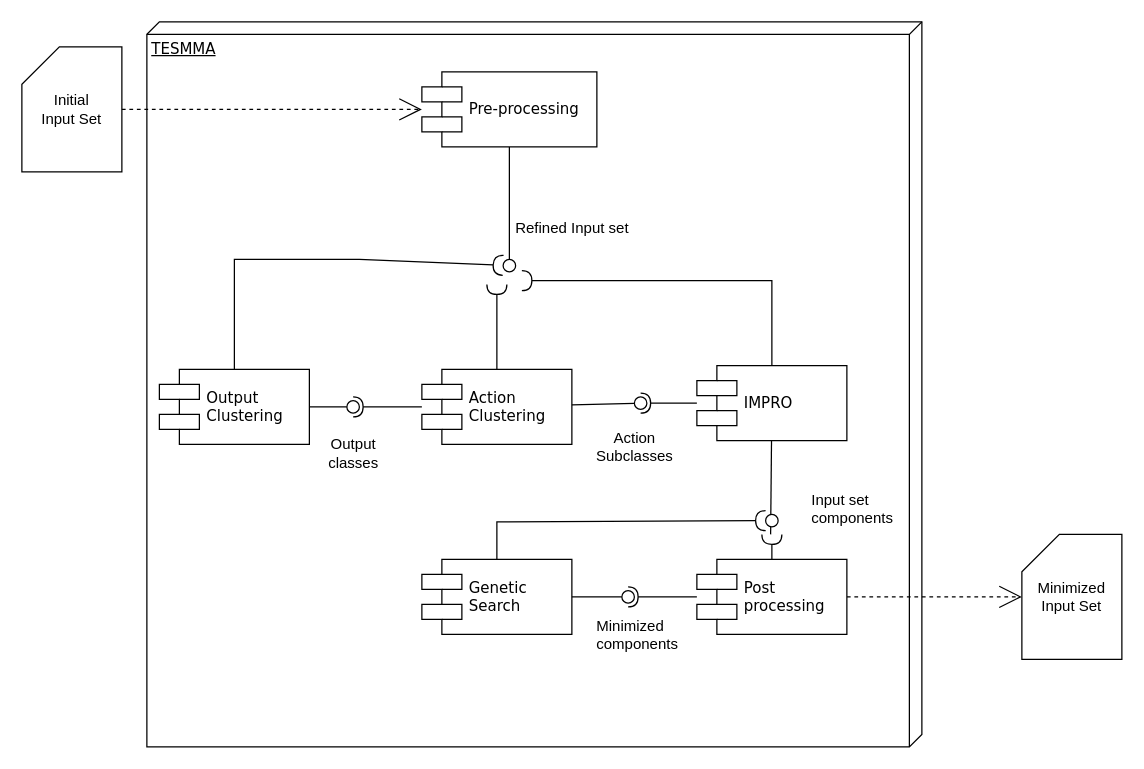
The draw.io diagram test_set_minimization.drawio in MetamorphicSecurityTesting/Diagrams, before the edit. Source tidied: cells renumbered, new cells numbered last; positions are measured from the earlier drawing's top-left corner, leaving out a move shared by most shapes. Both pictures are drawn from the tidied source at 125%, with x=0, y=0 at pixel (21, 21).
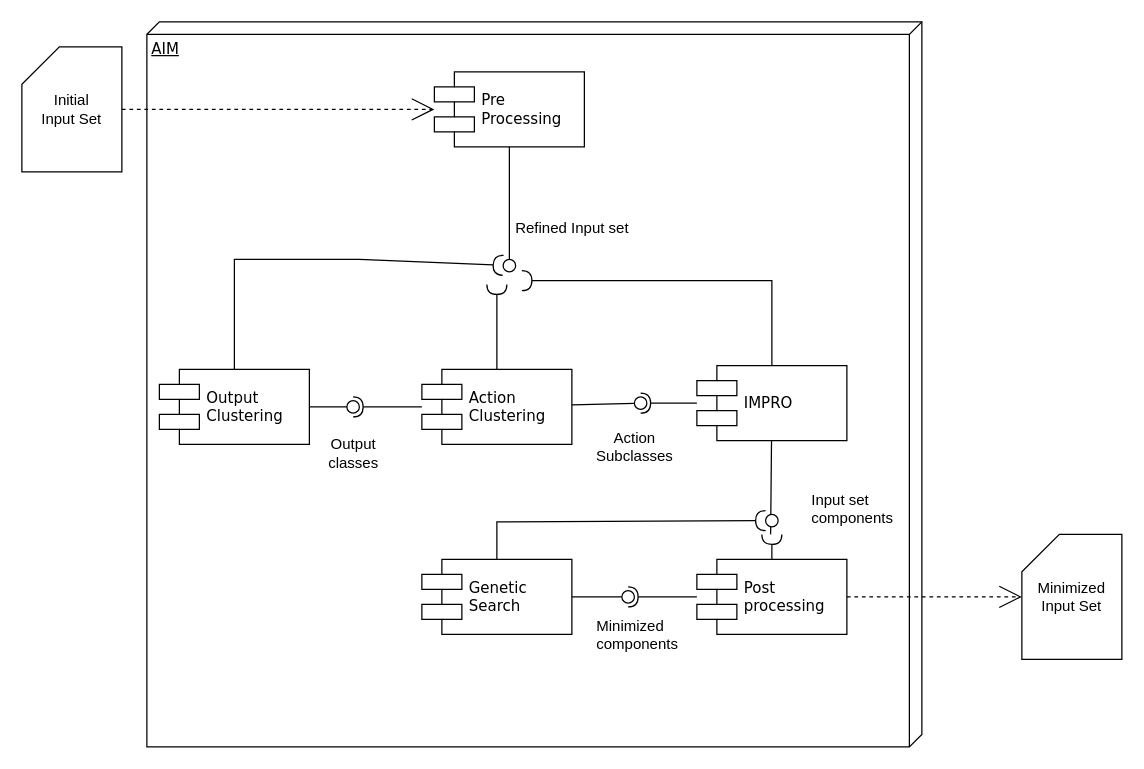
Above is the later version.

Commit message:
Update the name to AIM

Diff of the diagram source:
```diff
@@
-    <mxCell id="2" value="TESMMA" style="verticalAlign=top;align=left;spacingTop=8;spacingLeft=2;spacingRight=12;shape=cube;size=10;direction=south;fontStyle=4;html=1;rounded=0;shadow=0;comic=0;labelBackgroundColor=none;strokeWidth=1;fontFamily=Verdana;fontSize=12;" parent="1" vertex="1">
+    <mxCell id="2" value="AIM" style="verticalAlign=top;align=left;spacingTop=8;spacingLeft=2;spacingRight=12;shape=cube;size=10;direction=south;fontStyle=4;html=1;rounded=0;shadow=0;comic=0;labelBackgroundColor=none;strokeWidth=1;fontFamily=Verdana;fontSize=12;" parent="1" vertex="1">
       <mxGeometry x="100" width="620" height="580" as="geometry" />
     </mxCell>
@@
-    <mxCell id="4" value="&lt;div&gt;Pre-processing&lt;/div&gt;" style="shape=component;align=left;spacingLeft=36;rounded=0;shadow=0;comic=0;labelBackgroundColor=none;strokeWidth=1;fontFamily=Verdana;fontSize=12;html=1;" parent="1" vertex="1">
-      <mxGeometry x="320" y="40" width="140" height="60" as="geometry" />
+    <mxCell id="4" value="&lt;div&gt;Pre&lt;br&gt;Processing&lt;/div&gt;" style="shape=component;align=left;spacingLeft=36;rounded=0;shadow=0;comic=0;labelBackgroundColor=none;strokeWidth=1;fontFamily=Verdana;fontSize=12;html=1;" parent="1" vertex="1">
+      <mxGeometry x="330" y="40" width="120" height="60" as="geometry" />
     </mxCell>
```
